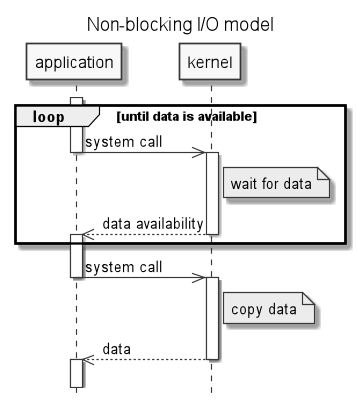
The PlantUML diagram .images/non_blocking_IO_model.png in c0p4c4b4n4/demo-sockets-io-nio-nio2, before a commit.
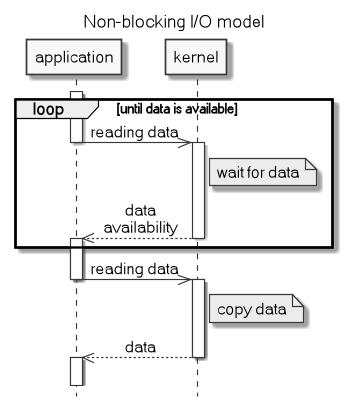
The same diagram one commit later.

Diff of the diagram source:
```diff
@@ -2,18 +2,21 @@
 title Non-blocking I/O model
 hide footbox
 skinparam monochrome true
-skinparam titleFontSize 16
+skinparam defaultFontName Microsoft Sans Serif
+skinparam titleFontSize 15
+
+skinparam sequenceMessageAlign center
 activate application
 loop until data is available
-    application->>kernel: system call
+    application->>kernel: reading data
     deactivate application
     activate kernel
     Note right of kernel: wait for data
-    kernel-->>application: data availability
+    kernel-->>application: data\navailability
     deactivate kernel
     activate application
 end
-application->>kernel: system call
+application->>kernel: reading data
 deactivate application
 activate kernel
 Note right of kernel: copy data
```
